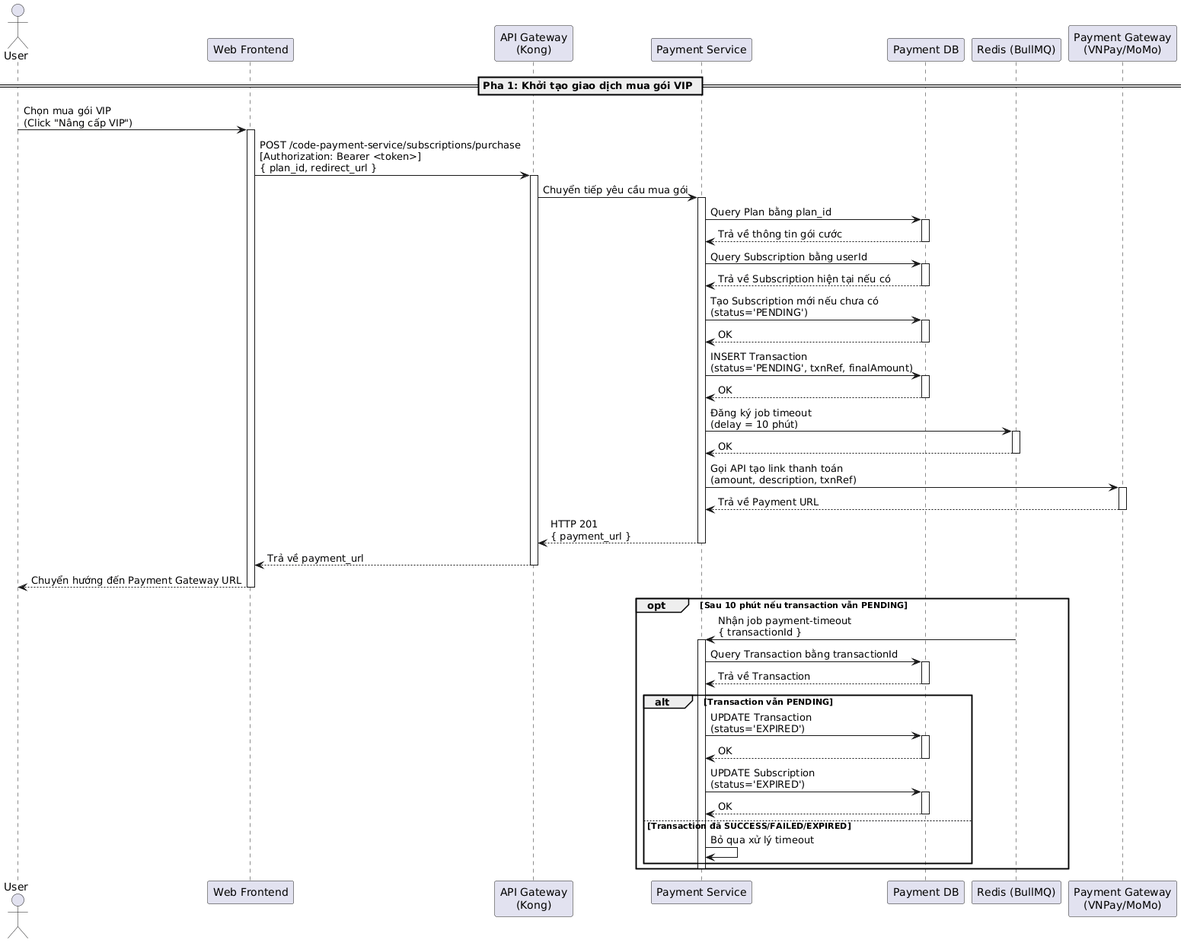
Earlier version of the PlantUML export temp/05-sequence/UML-Sequence-29.png (20206205Tech/docs-uml).
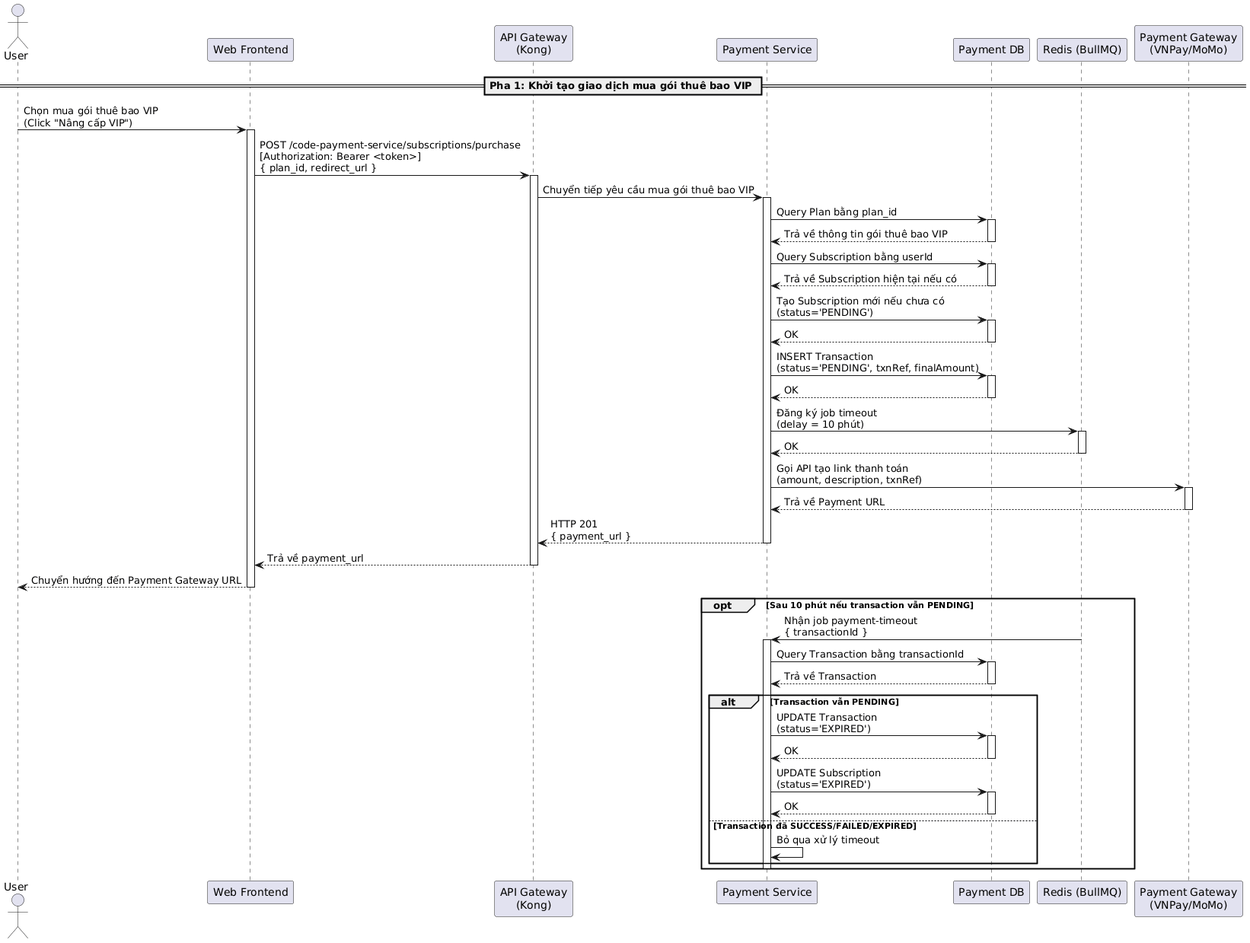
The same diagram one commit later.

The edit, as a diff of the source:
```diff
@@ -7,18 +7,18 @@
 participant "Redis (BullMQ)" as Redis
 participant "Payment Gateway\n(VNPay/MoMo)" as Gateway
 
-== Pha 1: Khởi tạo giao dịch mua gói VIP ==
+== Pha 1: Khởi tạo giao dịch mua gói thuê bao VIP ==
 
-User -> Frontend: Chọn mua gói VIP\n(Click "Nâng cấp VIP")
+User -> Frontend: Chọn mua gói thuê bao VIP\n(Click "Nâng cấp VIP")
 activate Frontend
 Frontend -> Kong: POST /code-payment-service/subscriptions/purchase\n[Authorization: Bearer <token>]\n{ plan_id, redirect_url }
 activate Kong
-Kong -> PaymentService: Chuyển tiếp yêu cầu mua gói
+Kong -> PaymentService: Chuyển tiếp yêu cầu mua gói thuê bao VIP
 activate PaymentService
 
 PaymentService -> DB: Query Plan bằng plan_id
 activate DB
-DB --> PaymentService: Trả về thông tin gói cước
+DB --> PaymentService: Trả về thông tin gói thuê bao VIP
 deactivate DB
 
 PaymentService -> DB: Query Subscription bằng userId
```
